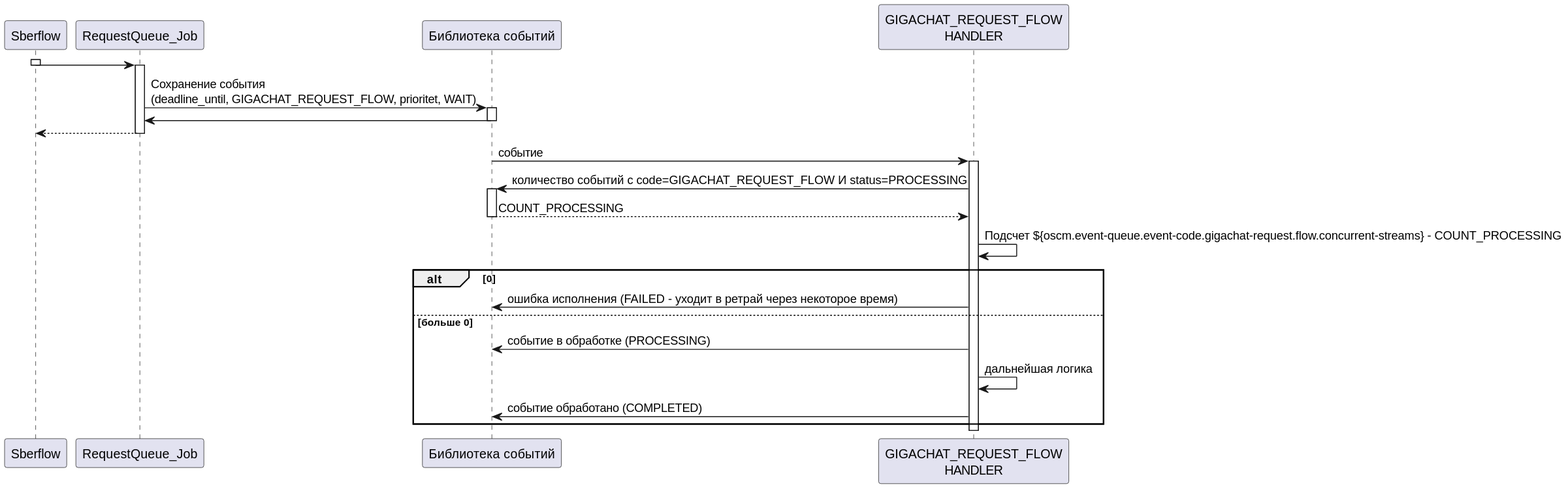
Above: out/process_idr/one_instance_processing_eager_cleanup.svg in laym0n/eventhandling (PlantUML), before the change.
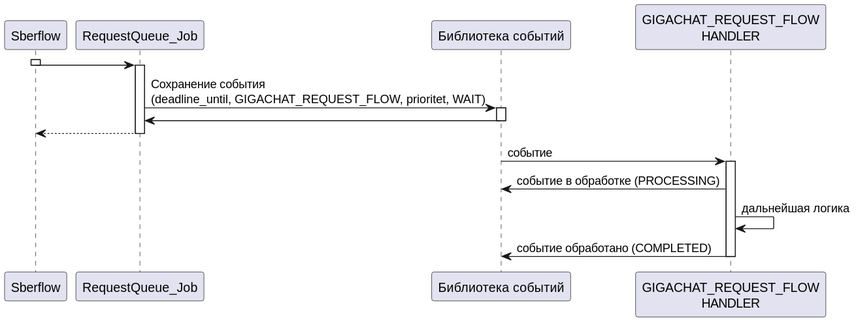
After the change.

What changed in the source:
```diff
@@ -9,7 +9,7 @@
 deactivate Sberflow
 activate RequestQueue_Job
 
-RequestQueue_Job -> event_library : Сохранение события\n(deadline_by, GIGACHAT_REQUEST_FLOW, prioritet, WAIT)
+RequestQueue_Job -> event_library : Сохранение события\n(deadline_until, GIGACHAT_REQUEST_FLOW, prioritet, WAIT)
 activate event_library
 event_library -> RequestQueue_Job
 deactivate event_library
@@ -19,20 +19,10 @@
 event_library -> handler : событие
 
 activate handler
-handler -> event_library : количество событий с code=GIGACHAT_REQUEST_FLOW И status=PROCESSING
-activate event_library
-event_library --> handler : COUNT_PROCESSING
-deactivate event_library
 
-handler -> handler : Подсчет ${oscm.event-queue.event-code.gigachat-request.flow.concurrent-streams} - COUNT_PROCESSING
-
-alt 0
-    handler -> event_library : ошибка исполнения (FAILED - уходит в ретрай через некоторое время)
-else больше 0
-    handler -> event_library : событие в обработке (PROCESSING)
-    handler -> handler : дальнейшая логика
-    handler -> event_library : событие обработано (COMPLETED)
-end
+handler -> event_library : событие в обработке (PROCESSING)
+handler -> handler : дальнейшая логика
+handler -> event_library : событие обработано (COMPLETED)
 
 deactivate handler
 @enduml
```
